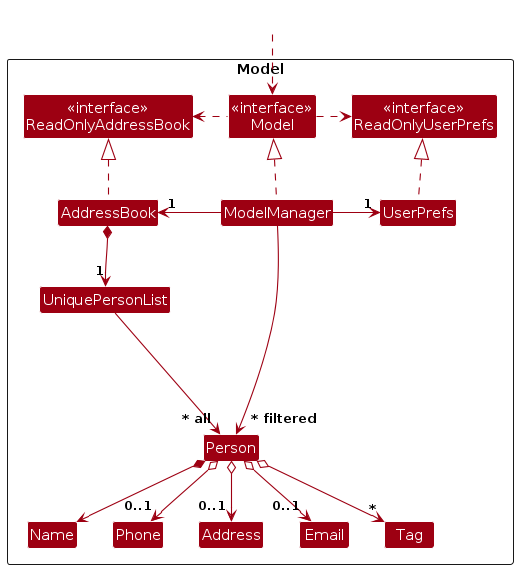
Above: diagrams/ModelClassDiagram.png in AY2526S1-CS2103T-W08-4/tp (PlantUML), before the change. Its source is kept beside it as diagrams/ModelClassDiagram.puml.
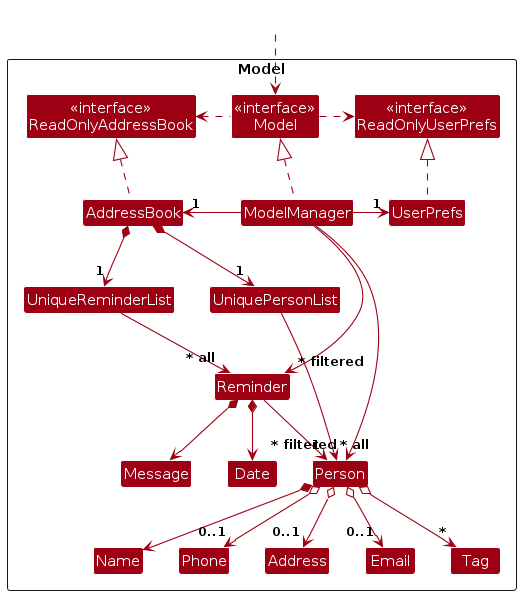
After the commit.

The edit, as a diff of the source:
```diff
@@ -20,6 +20,11 @@
 Class Phone
 Class Tag
 
+Class UniqueReminderList
+Class Reminder
+Class Date
+Class Message
+
 Class I #FFFFFF
 }
 
@@ -36,19 +41,27 @@
 UserPrefs .up.|> ReadOnlyUserPrefs
 
 AddressBook *--> "1" UniquePersonList
+AddressBook *--> "1" UniqueReminderList
 UniquePersonList --> "~* all" Person
+UniqueReminderList --> "~* all" Reminder
 Person *--> Name
 Person o--> "0..1" Phone
 Person o--> "0..1" Email
 Person o--> "0..1" Address
 Person o--> "*" Tag
 
+Reminder --> "1" Person
+Reminder *--> Date
+Reminder *--> Message
+
 Person -[hidden]up--> I
 UniquePersonList -[hidden]right-> I
+UniqueReminderList -[hidden]right-> I
 
 Name -[hidden]right-> Phone
 Phone -[hidden]right-> Address
 Address -[hidden]right-> Email
 
 ModelManager --> "~* filtered" Person
+ModelManager --> "~* filtered" Reminder
 @enduml
```
